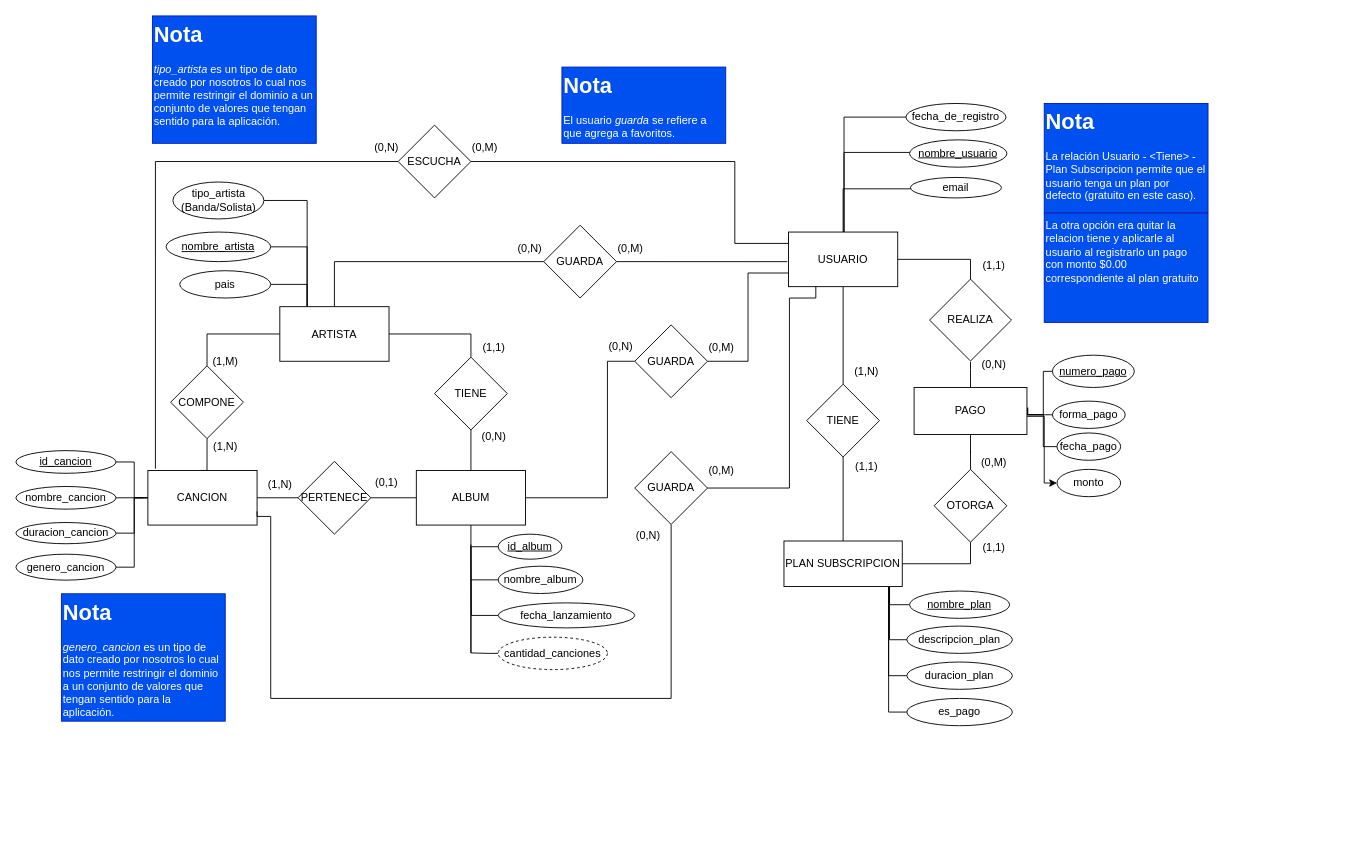
Before: TP_Musica.drawio in NachoSco/TP_BDD, a draw.io diagram. Source tidied: cells renumbered, new cells numbered last; positions are measured from the earlier drawing's top-left corner, leaving out a move shared by most shapes. Both pictures are drawn from the tidied source at 91%, with x=0, y=0 at pixel (15, 15).
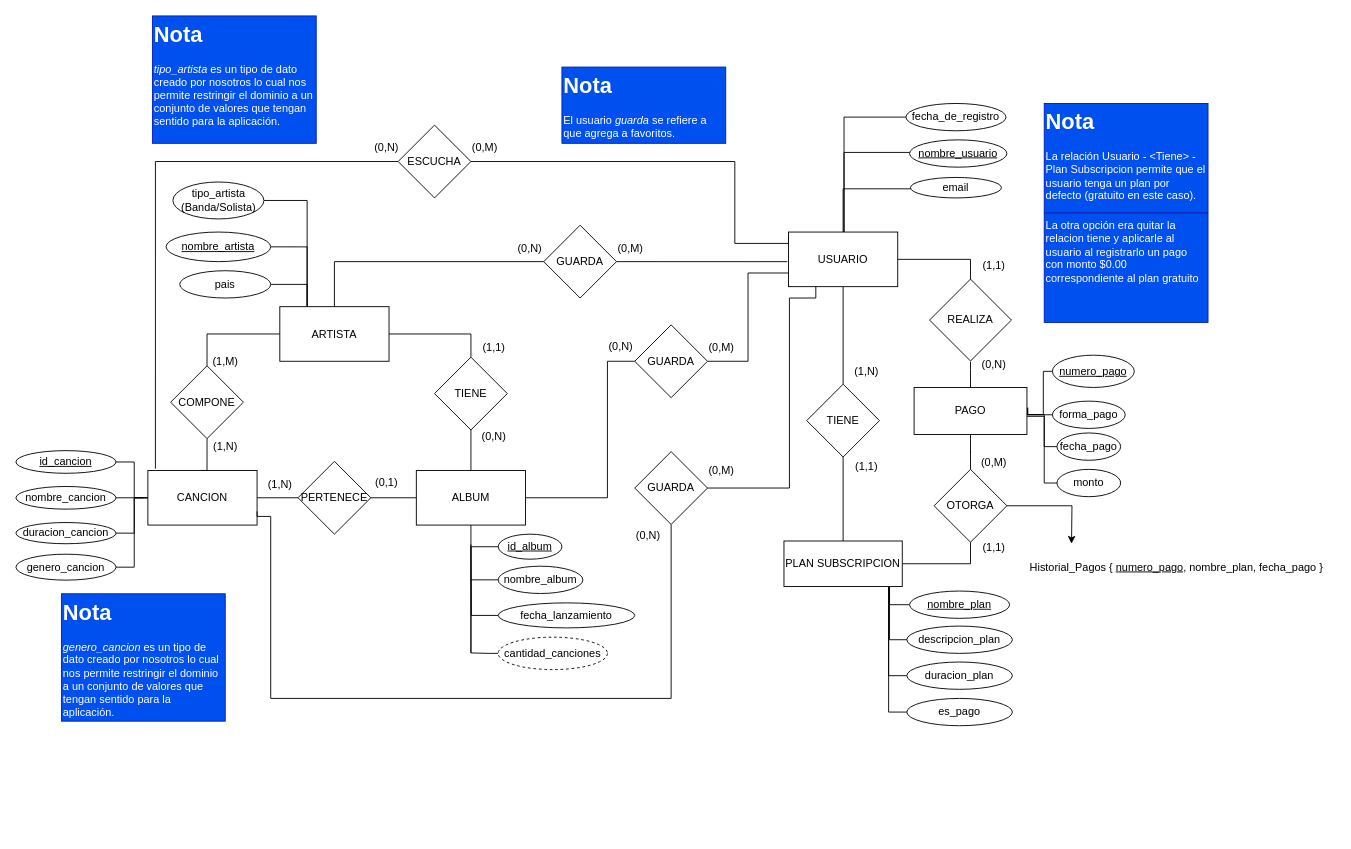
Above is the later version.

The change refers to these unchanged cells:
```xml
<mxCell id="23" value="PAGO" style="rounded=0;whiteSpace=wrap;html=1;" parent="1" vertex="1">
  <mxGeometry x="987" y="408.3" width="124" height="51.7" as="geometry" />
</mxCell>
<mxCell id="57" value="OTORGA" style="rhombus;whiteSpace=wrap;html=1;" parent="1" vertex="1">
  <mxGeometry x="1009" y="498.3" width="80" height="80" as="geometry" />
</mxCell>
<mxCell id="59" value="fecha_pago" style="ellipse;whiteSpace=wrap;html=1;" parent="1" vertex="1">
  <mxGeometry x="1144" y="458.3" width="70" height="30" as="geometry" />
</mxCell>
<mxCell id="106" value="monto" style="ellipse;whiteSpace=wrap;html=1;" parent="1" vertex="1">
  <mxGeometry x="1144" y="498.3" width="70" height="30" as="geometry" />
</mxCell>
```

What changed in the source:
```diff
@@
-    <mxCell id="22" style="edgeStyle=orthogonalEdgeStyle;rounded=0;jettySize=auto;html=1;entryX=0;entryY=0.5;entryDx=0;entryDy=0;" parent="1" edge="1" source="23" target="106">
+    <mxCell id="22" style="edgeStyle=orthogonalEdgeStyle;rounded=0;jettySize=auto;html=1;entryX=0;entryY=0.5;entryDx=0;entryDy=0;endArrow=none;startFill=0;" parent="1" edge="1" source="23" target="106">
       <mxGeometry relative="1" as="geometry">
         <Array as="points">
           <mxPoint x="1130" y="440" />
           <mxPoint x="1130" y="513" />
         </Array>
       </mxGeometry>
     </mxCell>
@@
+    <mxCell id="109" style="edgeStyle=orthogonalEdgeStyle;rounded=0;jettySize=auto;html=1;" parent="1" edge="1" source="57">
+      <mxGeometry relative="1" as="geometry">
+        <mxPoint x="1160" y="580" as="targetPoint" />
+      </mxGeometry>
+    </mxCell>
@@
     <mxCell id="60" style="edgeStyle=orthogonalEdgeStyle;rounded=0;jettySize=auto;html=1;exitX=0;exitY=0.5;exitDx=0;exitDy=0;endArrow=none;startFill=0;entryX=1.006;entryY=0.44;entryDx=0;entryDy=0;entryPerimeter=0;" parent="1" edge="1" source="59" target="23">
       <mxGeometry relative="1" as="geometry">
         <Array as="points">
-          <mxPoint x="1129" y="473.3" />
-          <mxPoint x="1129" y="438.3" />
+          <mxPoint x="1130" y="473" />
+          <mxPoint x="1130" y="438" />
+          <mxPoint x="1112" y="438" />
         </Array>
       </mxGeometry>
     </mxCell>
@@
+    <mxCell id="110" value="Historial_Pagos { &lt;u&gt;numero_pago&lt;/u&gt;, nombre_plan, fecha_pago }" style="text;html=1;align=center;verticalAlign=middle;strokeColor=none;fillColor=none;" parent="1" vertex="1">
+      <mxGeometry x="1100" y="590.8" width="350" height="30" as="geometry" />
+    </mxCell>
```
